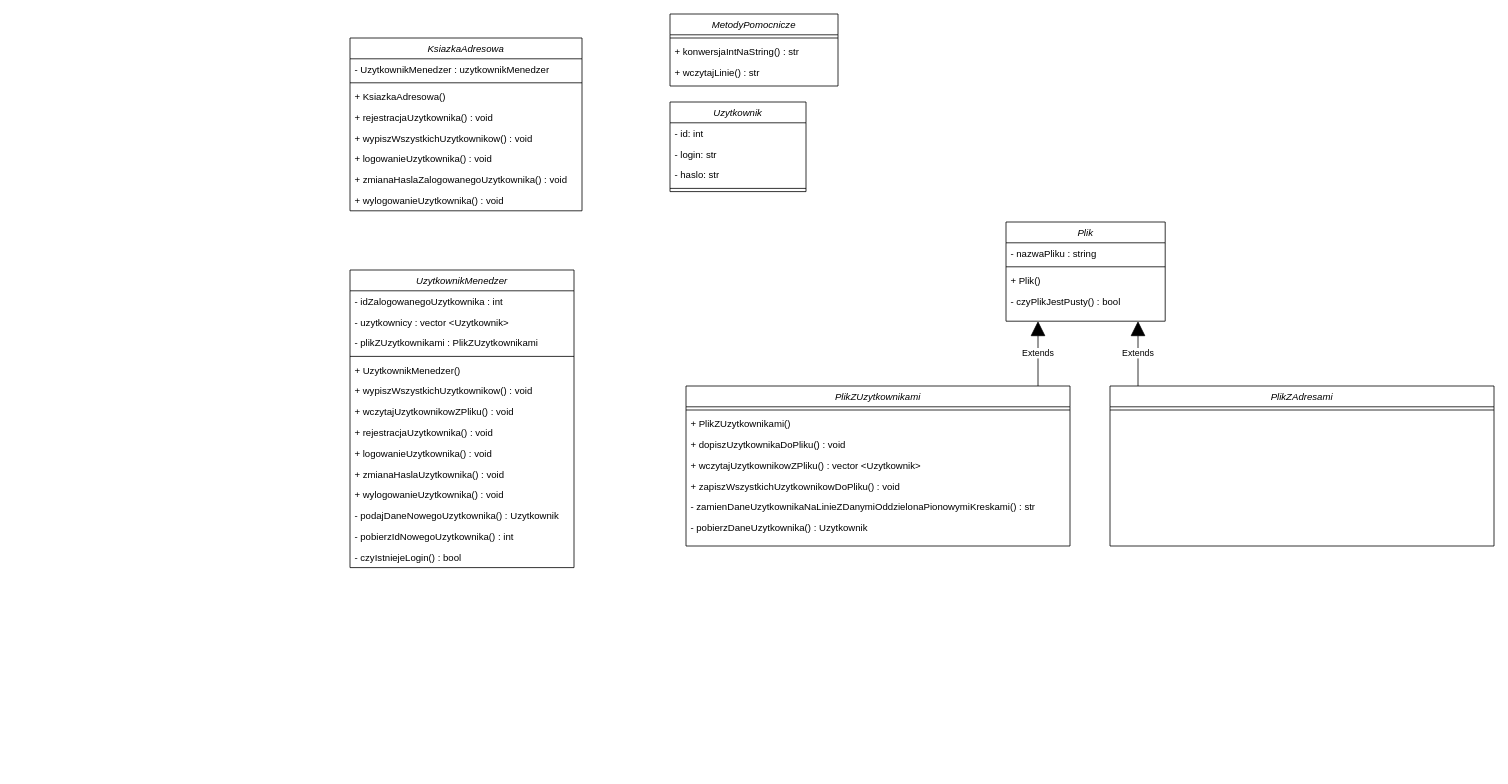
Earlier version of the draw.io diagram address-book-extension1-uml.drawio (MichalWilczek/address-book-FutureProgrammer). Source tidied: cells renumbered, new cells numbered last; positions are measured from the earlier drawing's top-left corner, leaving out a move shared by most shapes. Both pictures are drawn from the tidied source at 80%, with x=0, y=0 at pixel (350, 14).
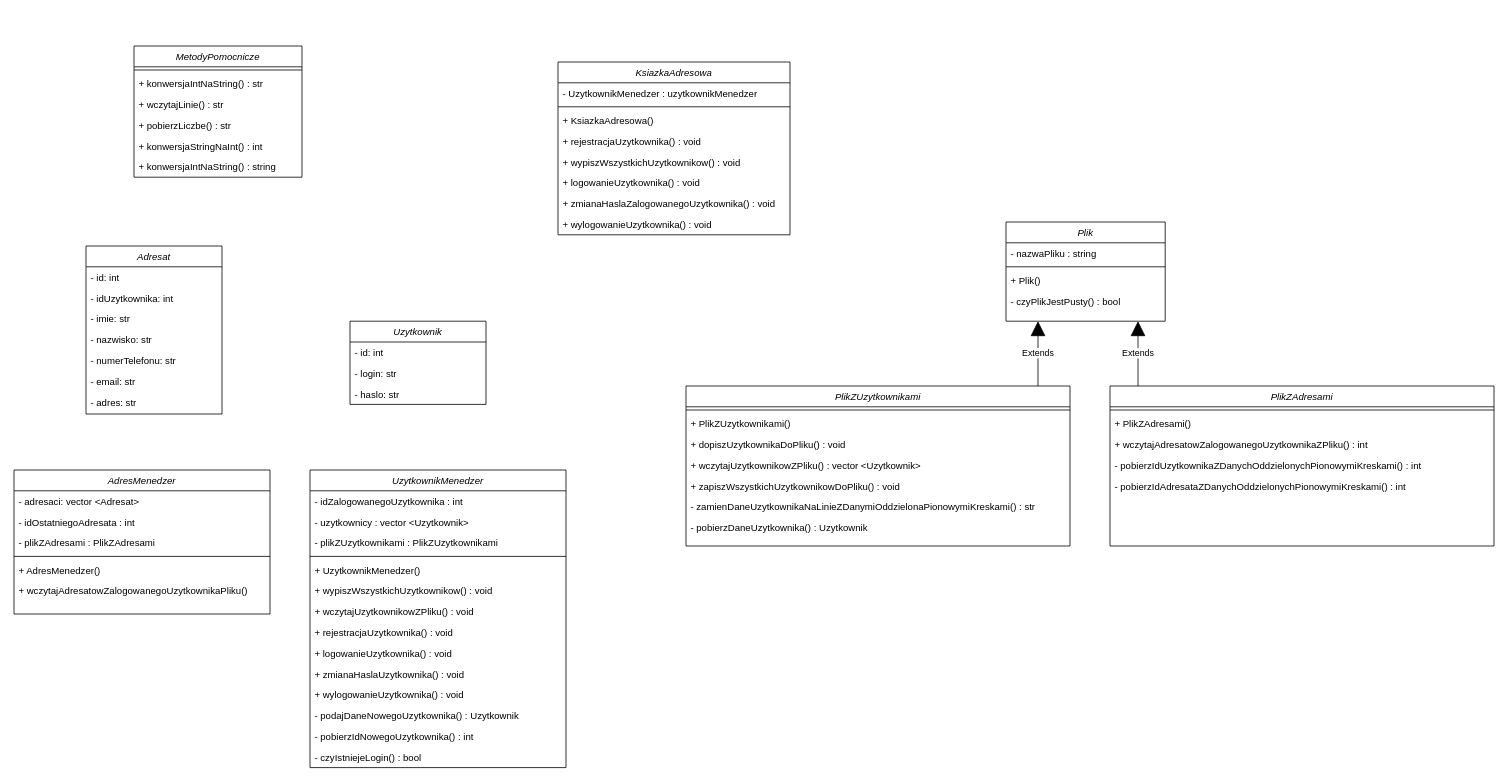
After the change.

Unchanged cells that the change refers to:
```xml
<mxCell id="49" value="PlikZAdresami" style="swimlane;fontStyle=2;align=center;verticalAlign=top;horizontal=1;startSize=26;rounded=0;shadow=0;strokeWidth=1;" parent="1" vertex="1">
  <mxGeometry x="950" y="465" width="480" height="200" as="geometry" />
</mxCell>
```

Change to the diagram source:
```diff
@@
     <mxCell id="2" value="KsiazkaAdresowa" style="swimlane;fontStyle=2;align=center;verticalAlign=top;horizontal=1;startSize=26;rounded=0;shadow=0;strokeWidth=1;" parent="1" vertex="1">
-      <mxGeometry y="30" width="290" height="216" as="geometry" />
+      <mxGeometry x="260" y="60" width="290" height="216" as="geometry" />
     </mxCell>
@@
     <mxCell id="11" value="Uzytkownik" style="swimlane;fontStyle=2;align=center;verticalAlign=top;horizontal=1;startSize=26;rounded=0;shadow=0;strokeWidth=1;" parent="1" vertex="1">
-      <mxGeometry x="400" y="110" width="170" height="112" as="geometry" />
+      <mxGeometry y="384" width="170" height="104" as="geometry" />
     </mxCell>
@@
-    <mxCell id="15" style="line;html=1;strokeWidth=1;align=left;verticalAlign=middle;spacingTop=-1;spacingLeft=3;spacingRight=3;labelPosition=right;" parent="11" vertex="1">
-      <mxGeometry y="104" width="170" height="8" as="geometry" />
-    </mxCell>
     <mxCell id="16" value="UzytkownikMenedzer" style="swimlane;fontStyle=2;align=center;verticalAlign=top;horizontal=1;startSize=26;rounded=0;shadow=0;strokeWidth=1;" parent="1" vertex="1">
-      <mxGeometry y="320" width="280" height="372" as="geometry" />
+      <mxGeometry x="-50" y="570" width="320" height="372" as="geometry" />
     </mxCell>
     <mxCell id="17" value="- idZalogowanegoUzytkownika : int" style="text;align=left;verticalAlign=top;spacingLeft=4;spacingRight=4;overflow=hidden;" parent="16" vertex="1">
-      <mxGeometry y="26" width="280" height="26" as="geometry" />
+      <mxGeometry y="26" width="320" height="26" as="geometry" />
     </mxCell>
     <mxCell id="18" value="- uzytkownicy : vector &lt;Uzytkownik&gt;" style="text;align=left;verticalAlign=top;spacingLeft=4;spacingRight=4;overflow=hidden;rounded=0;shadow=0;html=0;" parent="16" vertex="1">
-      <mxGeometry y="52" width="280" height="26" as="geometry" />
+      <mxGeometry y="52" width="320" height="26" as="geometry" />
     </mxCell>
     <mxCell id="19" value="- plikZUzytkownikami : PlikZUzytkownikami" style="text;align=left;verticalAlign=top;spacingLeft=4;spacingRight=4;overflow=hidden;rounded=0;shadow=0;html=0;" parent="16" vertex="1">
-      <mxGeometry y="78" width="280" height="26" as="geometry" />
+      <mxGeometry y="78" width="320" height="26" as="geometry" />
     </mxCell>
     <mxCell id="20" style="line;html=1;strokeWidth=1;align=left;verticalAlign=middle;spacingTop=-1;spacingLeft=3;spacingRight=3;labelPosition=right;" parent="16" vertex="1">
-      <mxGeometry y="104" width="280" height="8" as="geometry" />
+      <mxGeometry y="104" width="320" height="8" as="geometry" />
     </mxCell>
     <mxCell id="21" value="+ UzytkownikMenedzer()" style="text;align=left;verticalAlign=top;spacingLeft=4;spacingRight=4;overflow=hidden;" parent="16" vertex="1">
-      <mxGeometry y="112" width="280" height="26" as="geometry" />
+      <mxGeometry y="112" width="320" height="26" as="geometry" />
     </mxCell>
     <mxCell id="22" value="+ wypiszWszystkichUzytkownikow() : void" style="text;align=left;verticalAlign=top;spacingLeft=4;spacingRight=4;overflow=hidden;" parent="16" vertex="1">
-      <mxGeometry y="138" width="280" height="26" as="geometry" />
+      <mxGeometry y="138" width="320" height="26" as="geometry" />
     </mxCell>
     <mxCell id="23" value="+ wczytajUzytkownikowZPliku() : void" style="text;align=left;verticalAlign=top;spacingLeft=4;spacingRight=4;overflow=hidden;" parent="16" vertex="1">
-      <mxGeometry y="164" width="280" height="26" as="geometry" />
+      <mxGeometry y="164" width="320" height="26" as="geometry" />
     </mxCell>
     <mxCell id="24" value="+ rejestracjaUzytkownika() : void" style="text;align=left;verticalAlign=top;spacingLeft=4;spacingRight=4;overflow=hidden;" parent="16" vertex="1">
-      <mxGeometry y="190" width="280" height="26" as="geometry" />
+      <mxGeometry y="190" width="320" height="26" as="geometry" />
     </mxCell>
     <mxCell id="25" value="+ logowanieUzytkownika() : void" style="text;align=left;verticalAlign=top;spacingLeft=4;spacingRight=4;overflow=hidden;" parent="16" vertex="1">
-      <mxGeometry y="216" width="280" height="26" as="geometry" />
+      <mxGeometry y="216" width="320" height="26" as="geometry" />
     </mxCell>
     <mxCell id="26" value="+ zmianaHaslaUzytkownika() : void" style="text;align=left;verticalAlign=top;spacingLeft=4;spacingRight=4;overflow=hidden;" parent="16" vertex="1">
-      <mxGeometry y="242" width="280" height="26" as="geometry" />
+      <mxGeometry y="242" width="320" height="26" as="geometry" />
     </mxCell>
     <mxCell id="27" value="+ wylogowanieUzytkownika() : void" style="text;align=left;verticalAlign=top;spacingLeft=4;spacingRight=4;overflow=hidden;" parent="16" vertex="1">
-      <mxGeometry y="268" width="280" height="26" as="geometry" />
+      <mxGeometry y="268" width="320" height="26" as="geometry" />
     </mxCell>
     <mxCell id="28" value="- podajDaneNowegoUzytkownika() : Uzytkownik" style="text;align=left;verticalAlign=top;spacingLeft=4;spacingRight=4;overflow=hidden;" parent="16" vertex="1">
-      <mxGeometry y="294" width="280" height="26" as="geometry" />
+      <mxGeometry y="294" width="320" height="26" as="geometry" />
     </mxCell>
     <mxCell id="29" value="- pobierzIdNowegoUzytkownika() : int" style="text;align=left;verticalAlign=top;spacingLeft=4;spacingRight=4;overflow=hidden;" parent="16" vertex="1">
-      <mxGeometry y="320" width="280" height="26" as="geometry" />
+      <mxGeometry y="320" width="320" height="26" as="geometry" />
     </mxCell>
     <mxCell id="30" value="- czyIstniejeLogin() : bool" style="text;align=left;verticalAlign=top;spacingLeft=4;spacingRight=4;overflow=hidden;" parent="16" vertex="1">
-      <mxGeometry y="346" width="280" height="26" as="geometry" />
+      <mxGeometry y="346" width="320" height="26" as="geometry" />
     </mxCell>
@@
     <mxCell id="36" value="MetodyPomocnicze" style="swimlane;fontStyle=2;align=center;verticalAlign=top;horizontal=1;startSize=26;rounded=0;shadow=0;strokeWidth=1;" parent="1" vertex="1">
-      <mxGeometry x="400" width="210" height="90" as="geometry" />
+      <mxGeometry x="-270" y="40" width="210" height="164" as="geometry" />
     </mxCell>
@@
+    <mxCell id="52" value="+ wczytajLinie() : str" style="text;align=left;verticalAlign=top;spacingLeft=4;spacingRight=4;overflow=hidden;" parent="36" vertex="1">
+      <mxGeometry y="60" width="210" height="26" as="geometry" />
+    </mxCell>
+    <mxCell id="53" value="+ pobierzLiczbe() : str" style="text;align=left;verticalAlign=top;spacingLeft=4;spacingRight=4;overflow=hidden;" parent="36" vertex="1">
+      <mxGeometry y="86" width="210" height="26" as="geometry" />
+    </mxCell>
+    <mxCell id="54" value="+ konwersjaStringNaInt() : int" style="text;align=left;verticalAlign=top;spacingLeft=4;spacingRight=4;overflow=hidden;" parent="36" vertex="1">
+      <mxGeometry y="112" width="210" height="26" as="geometry" />
+    </mxCell>
-    <mxCell id="39" value="+ wczytajLinie() : str" style="text;align=left;verticalAlign=top;spacingLeft=4;spacingRight=4;overflow=hidden;" parent="36" vertex="1">
-      <mxGeometry y="60" width="210" height="26" as="geometry" />
+    <mxCell id="39" value="+ konwersjaIntNaString() : string" style="text;align=left;verticalAlign=top;spacingLeft=4;spacingRight=4;overflow=hidden;" parent="36" vertex="1">
+      <mxGeometry y="138" width="210" height="26" as="geometry" />
     </mxCell>
@@
+    <mxCell id="55" value="+ PlikZAdresami()" style="text;align=left;verticalAlign=top;spacingLeft=4;spacingRight=4;overflow=hidden;" parent="49" vertex="1">
+      <mxGeometry y="34" width="480" height="26" as="geometry" />
+    </mxCell>
+    <mxCell id="56" value="+ wczytajAdresatowZalogowanegoUzytkownikaZPliku() : int" style="text;align=left;verticalAlign=top;spacingLeft=4;spacingRight=4;overflow=hidden;" parent="49" vertex="1">
+      <mxGeometry y="60" width="480" height="26" as="geometry" />
+    </mxCell>
+    <mxCell id="57" value="- pobierzIdUzytkownikaZDanychOddzielonychPionowymiKreskami() : int" style="text;align=left;verticalAlign=top;spacingLeft=4;spacingRight=4;overflow=hidden;" parent="49" vertex="1">
+      <mxGeometry y="86" width="480" height="26" as="geometry" />
+    </mxCell>
+    <mxCell id="58" value="- pobierzIdAdresataZDanychOddzielonychPionowymiKreskami() : int" style="text;align=left;verticalAlign=top;spacingLeft=4;spacingRight=4;overflow=hidden;" parent="49" vertex="1">
+      <mxGeometry y="112" width="480" height="26" as="geometry" />
+    </mxCell>
@@
+    <mxCell id="59" value="Adresat" style="swimlane;fontStyle=2;align=center;verticalAlign=top;horizontal=1;startSize=26;rounded=0;shadow=0;strokeWidth=1;" parent="1" vertex="1">
+      <mxGeometry x="-330" y="290" width="170" height="210" as="geometry" />
+    </mxCell>
+    <mxCell id="60" value="- id: int" style="text;align=left;verticalAlign=top;spacingLeft=4;spacingRight=4;overflow=hidden;" parent="59" vertex="1">
+      <mxGeometry y="26" width="170" height="26" as="geometry" />
+    </mxCell>
+    <mxCell id="61" value="- idUzytkownika: int" style="text;align=left;verticalAlign=top;spacingLeft=4;spacingRight=4;overflow=hidden;rounded=0;shadow=0;html=0;" parent="59" vertex="1">
+      <mxGeometry y="52" width="170" height="26" as="geometry" />
+    </mxCell>
+    <mxCell id="62" value="- imie: str" style="text;align=left;verticalAlign=top;spacingLeft=4;spacingRight=4;overflow=hidden;rounded=0;shadow=0;html=0;" parent="59" vertex="1">
+      <mxGeometry y="78" width="170" height="26" as="geometry" />
+    </mxCell>
+    <mxCell id="63" value="- nazwisko: str" style="text;align=left;verticalAlign=top;spacingLeft=4;spacingRight=4;overflow=hidden;rounded=0;shadow=0;html=0;" parent="59" vertex="1">
+      <mxGeometry y="104" width="170" height="26" as="geometry" />
+    </mxCell>
+    <mxCell id="64" value="- numerTelefonu: str" style="text;align=left;verticalAlign=top;spacingLeft=4;spacingRight=4;overflow=hidden;rounded=0;shadow=0;html=0;" parent="59" vertex="1">
+      <mxGeometry y="130" width="170" height="26" as="geometry" />
+    </mxCell>
+    <mxCell id="65" value="- email: str" style="text;align=left;verticalAlign=top;spacingLeft=4;spacingRight=4;overflow=hidden;rounded=0;shadow=0;html=0;" parent="59" vertex="1">
+      <mxGeometry y="156" width="170" height="26" as="geometry" />
+    </mxCell>
+    <mxCell id="66" value="- adres: str" style="text;align=left;verticalAlign=top;spacingLeft=4;spacingRight=4;overflow=hidden;rounded=0;shadow=0;html=0;" parent="59" vertex="1">
+      <mxGeometry y="182" width="170" height="26" as="geometry" />
+    </mxCell>
+    <mxCell id="67" value="AdresMenedzer" style="swimlane;fontStyle=2;align=center;verticalAlign=top;horizontal=1;startSize=26;rounded=0;shadow=0;strokeWidth=1;" parent="1" vertex="1">
+      <mxGeometry x="-420" y="570" width="320" height="180" as="geometry" />
+    </mxCell>
+    <mxCell id="68" value="- adresaci: vector &lt;Adresat&gt;" style="text;align=left;verticalAlign=top;spacingLeft=4;spacingRight=4;overflow=hidden;rounded=0;shadow=0;html=0;" parent="67" vertex="1">
+      <mxGeometry y="26" width="320" height="26" as="geometry" />
+    </mxCell>
+    <mxCell id="69" value="- idOstatniegoAdresata : int" style="text;align=left;verticalAlign=top;spacingLeft=4;spacingRight=4;overflow=hidden;rounded=0;shadow=0;html=0;" parent="67" vertex="1">
+      <mxGeometry y="52" width="320" height="26" as="geometry" />
+    </mxCell>
+    <mxCell id="70" value="- plikZAdresami : PlikZAdresami" style="text;align=left;verticalAlign=top;spacingLeft=4;spacingRight=4;overflow=hidden;rounded=0;shadow=0;html=0;" parent="67" vertex="1">
+      <mxGeometry y="78" width="320" height="26" as="geometry" />
+    </mxCell>
+    <mxCell id="71" style="line;html=1;strokeWidth=1;align=left;verticalAlign=middle;spacingTop=-1;spacingLeft=3;spacingRight=3;labelPosition=right;" parent="67" vertex="1">
+      <mxGeometry y="104" width="320" height="8" as="geometry" />
+    </mxCell>
+    <mxCell id="72" value="+ AdresMenedzer()" style="text;align=left;verticalAlign=top;spacingLeft=4;spacingRight=4;overflow=hidden;" parent="67" vertex="1">
+      <mxGeometry y="112" width="320" height="26" as="geometry" />
+    </mxCell>
+    <mxCell id="73" value="+ wczytajAdresatowZalogowanegoUzytkownikaPliku()" style="text;align=left;verticalAlign=top;spacingLeft=4;spacingRight=4;overflow=hidden;" parent="67" vertex="1">
+      <mxGeometry y="138" width="320" height="26" as="geometry" />
+    </mxCell>
```
